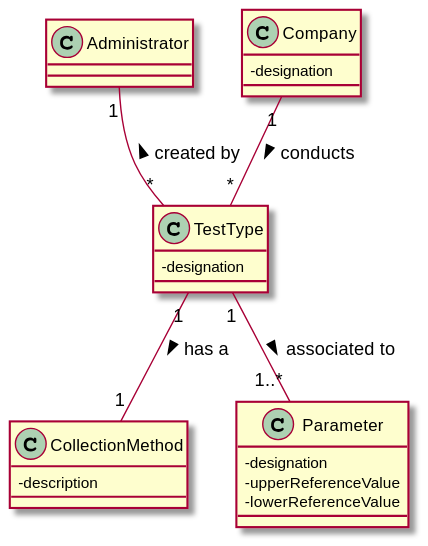
MadDinosaur/ISEP-LAPR2 keeps this PlantUML diagram as docs/SprintB/US9/US9_DM.svg. Above is the earlier version.
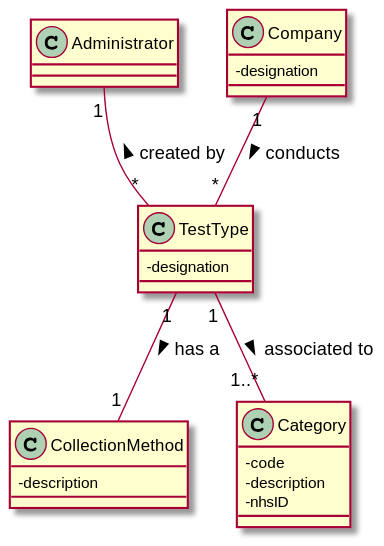
Above is the later version.

Diff of the diagram source:
```diff
@@ -15,14 +15,14 @@
 -designation
 }
 
-class Parameter {
--designation
--upperReferenceValue
--lowerReferenceValue
+class Category {
+-code
+-description
+-nhsID
 }
 
 TestType "*"-up-"1" Administrator : created by >
-Parameter "1..*"-up-"1" TestType  : associated to <
+Category "1..*"-up-"1" TestType  : associated to <
 TestType "1"--"1" CollectionMethod : has a  >
 Company "1"-down-"*" TestType : conducts >
 @enduml
```
